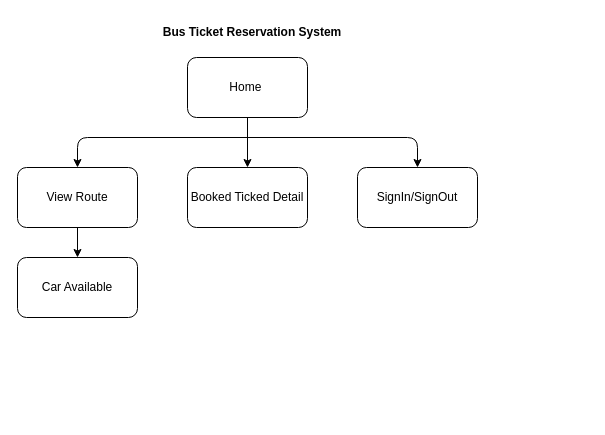
Above: SYSTEM_DESIGN/sitemap.dio in CoodeNoob/Yoshida_express (draw.io), before the change. Source tidied: cells renumbered, new cells numbered last; positions are measured from the earlier drawing's top-left corner, leaving out a move shared by most shapes. Both pictures are drawn from the tidied source at 100%, with x=0, y=0 at pixel (17, 17).
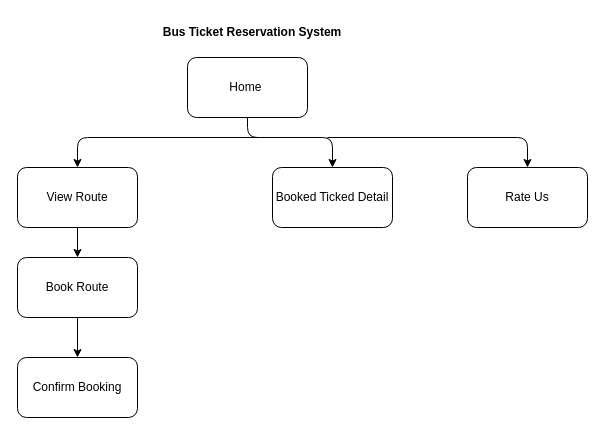
The same diagram, later.

The edit, as a diff of the source:
```diff
@@
 <mxGraphModel>
   <root>
     <mxCell id="0" />
     <mxCell id="1" parent="0" />
     <mxCell id="2" value="Home&amp;nbsp;" style="rounded=1;whiteSpace=wrap;html=1;" parent="1" vertex="1">
       <mxGeometry x="170" y="40" width="120" height="60" as="geometry" />
     </mxCell>
     <mxCell id="3" value="View Route" style="rounded=1;whiteSpace=wrap;html=1;" parent="1" vertex="1">
       <mxGeometry y="150" width="120" height="60" as="geometry" />
     </mxCell>
-    <mxCell id="4" value="Car Available" style="rounded=1;whiteSpace=wrap;html=1;" parent="1" vertex="1">
+    <mxCell id="4" value="Book Route" style="rounded=1;whiteSpace=wrap;html=1;" parent="1" vertex="1">
       <mxGeometry y="240" width="120" height="60" as="geometry" />
     </mxCell>
     <mxCell id="5" value="Booked Ticked Detail" style="rounded=1;whiteSpace=wrap;html=1;" parent="1" vertex="1">
-      <mxGeometry x="170" y="150" width="120" height="60" as="geometry" />
+      <mxGeometry x="255" y="150" width="120" height="60" as="geometry" />
     </mxCell>
     <mxCell id="6" style="endArrow=classic;html=1;exitX=0.5;exitY=1;exitDx=0;exitDy=0;entryX=0.5;entryY=0;entryDx=0;entryDy=0;" parent="1" edge="1" source="2" target="5">
-      <mxGeometry relative="1" as="geometry" />
+      <mxGeometry relative="1" as="geometry">
+        <Array as="points">
+          <mxPoint x="230" y="120" />
+          <mxPoint x="315" y="120" />
+        </Array>
+      </mxGeometry>
     </mxCell>
     <mxCell id="7" style="endArrow=classic;html=1;entryX=0.5;entryY=0;entryDx=0;entryDy=0;" parent="1" edge="1" target="3">
       <mxGeometry relative="1" as="geometry">
-        <mxPoint x="230" y="120" as="sourcePoint" />
+        <mxPoint x="250" y="120" as="sourcePoint" />
         <Array as="points">
           <mxPoint x="60" y="120" />
         </Array>
       </mxGeometry>
     </mxCell>
     <mxCell id="8" style="endArrow=classic;html=1;exitX=0.5;exitY=1;exitDx=0;exitDy=0;entryX=0.5;entryY=0;entryDx=0;entryDy=0;" parent="1" edge="1" source="3" target="4">
       <mxGeometry relative="1" as="geometry" />
     </mxCell>
-    <mxCell id="9" value="SignIn/SignOut" style="rounded=1;whiteSpace=wrap;html=1;" parent="1" vertex="1">
-      <mxGeometry x="340" y="150" width="120" height="60" as="geometry" />
-    </mxCell>
-    <mxCell id="10" style="endArrow=classic;html=1;entryX=0.5;entryY=0;entryDx=0;entryDy=0;" parent="1" edge="1" target="9">
-      <mxGeometry relative="1" as="geometry">
-        <mxPoint x="230" y="120" as="sourcePoint" />
-        <Array as="points">
-          <mxPoint x="400" y="120" />
-        </Array>
-      </mxGeometry>
-    </mxCell>
     <mxCell id="11" value="&lt;b&gt;Bus Ticket Reservation System&lt;/b&gt;" style="text;html=1;align=center;verticalAlign=middle;whiteSpace=wrap;rounded=0;" parent="1" vertex="1">
       <mxGeometry x="120" width="230" height="30" as="geometry" />
     </mxCell>
+    <mxCell id="12" value="Confirm Booking" style="rounded=1;whiteSpace=wrap;html=1;" parent="1" vertex="1">
+      <mxGeometry y="340" width="120" height="60" as="geometry" />
+    </mxCell>
+    <mxCell id="13" style="endArrow=classic;html=1;exitX=0.5;exitY=1;exitDx=0;exitDy=0;" parent="1" edge="1" source="4" target="12">
+      <mxGeometry relative="1" as="geometry" />
+    </mxCell>
+    <mxCell id="14" value="Rate Us" style="rounded=1;whiteSpace=wrap;html=1;" parent="1" vertex="1">
+      <mxGeometry x="450" y="150" width="120" height="60" as="geometry" />
+    </mxCell>
+    <mxCell id="15" style="endArrow=classic;html=1;entryX=0.5;entryY=0;entryDx=0;entryDy=0;" parent="1" edge="1" target="14">
+      <mxGeometry relative="1" as="geometry">
+        <mxPoint x="310" y="120" as="sourcePoint" />
+        <Array as="points">
+          <mxPoint x="510" y="120" />
+        </Array>
+      </mxGeometry>
+    </mxCell>
   </root>
 </mxGraphModel>
```
